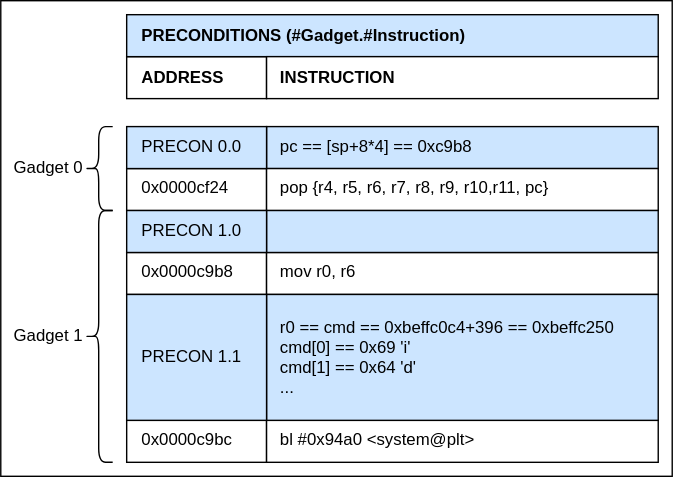
Above: images/ROP_Chain.svg in cyber-defence-campus/netgear_r6700v3_circled (draw.io), before the change. Source tidied: cells renumbered, new cells last; positions are measured from the earlier drawing's top-left corner, leaving out a move shared by most shapes.
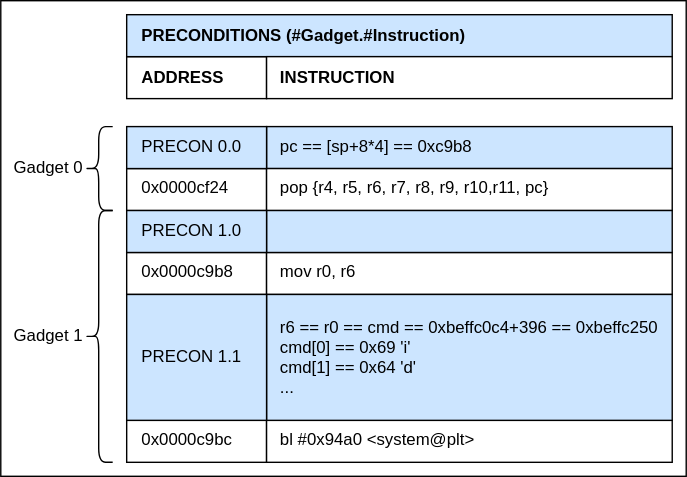
After the change.

Change to the diagram source:
```diff
@@ -3,7 +3,7 @@
     <mxCell id="0" />
     <mxCell id="1" parent="0" />
     <mxCell id="2" style="rounded=0;whiteSpace=wrap;html=1;" parent="1" vertex="1">
-      <mxGeometry width="480" height="340" as="geometry" />
+      <mxGeometry width="490" height="340" as="geometry" />
     </mxCell>
     <mxCell id="3" value="Gadget 0" style="shape=curlyBracket;html=1;rounded=1;labelPosition=left;verticalLabelPosition=middle;align=right;verticalAlign=middle;" parent="1" vertex="1">
       <mxGeometry x="60" y="90" width="20" height="60" as="geometry" />
@@ -27,34 +27,34 @@
       <mxGeometry x="90" y="40" width="100" height="30" as="geometry" />
     </mxCell>
     <mxCell id="10" value="&lt;b&gt;PRECONDITIONS (#Gadget.#Instruction)&lt;br&gt;&lt;/b&gt;" style="rounded=0;whiteSpace=wrap;html=1;verticalAlign=middle;align=left;spacingLeft=9;spacingRight=8;fillColor=#CCE5FF;fillStyle=auto;" parent="1" vertex="1">
-      <mxGeometry x="90" y="10" width="380" height="30" as="geometry" />
+      <mxGeometry x="90" y="10" width="390" height="30" as="geometry" />
     </mxCell>
     <mxCell id="11" value="pc == [sp+8*4] == 0xc9b8" style="rounded=0;whiteSpace=wrap;html=1;verticalAlign=middle;align=left;spacingLeft=8;spacingRight=8;fillColor=#CCE5FF;" parent="1" vertex="1">
-      <mxGeometry x="190" y="90" width="280" height="30" as="geometry" />
+      <mxGeometry x="190" y="90" width="290" height="30" as="geometry" />
     </mxCell>
     <mxCell id="12" value="pop {r4, r5, r6, r7, r8, r9, r10,r11, pc}" style="rounded=0;whiteSpace=wrap;html=1;verticalAlign=top;align=left;spacingLeft=8;spacingRight=8;fontColor=#000000;" parent="1" vertex="1">
-      <mxGeometry x="190" y="120" width="280" height="30" as="geometry" />
+      <mxGeometry x="190" y="120" width="290" height="30" as="geometry" />
     </mxCell>
     <mxCell id="13" value="mov r0, r6" style="rounded=0;whiteSpace=wrap;html=1;verticalAlign=top;align=left;spacingLeft=8;spacingRight=8;fontColor=#000000;" parent="1" vertex="1">
-      <mxGeometry x="190" y="180" width="280" height="30" as="geometry" />
+      <mxGeometry x="190" y="180" width="290" height="30" as="geometry" />
     </mxCell>
     <mxCell id="14" value="bl #0x94a0 &amp;lt;system@plt&amp;gt;" style="rounded=0;whiteSpace=wrap;html=1;verticalAlign=top;align=left;spacingLeft=8;spacingRight=8;fontColor=#000000;" parent="1" vertex="1">
-      <mxGeometry x="190" y="300" width="280" height="30" as="geometry" />
+      <mxGeometry x="190" y="300" width="290" height="30" as="geometry" />
     </mxCell>
     <mxCell id="15" value="INSTRUCTION" style="rounded=0;whiteSpace=wrap;html=1;verticalAlign=middle;align=left;spacingLeft=8;spacingRight=8;fontStyle=1;spacing=2;" parent="1" vertex="1">
-      <mxGeometry x="190" y="40" width="280" height="30" as="geometry" />
+      <mxGeometry x="190" y="40" width="290" height="30" as="geometry" />
     </mxCell>
     <mxCell id="16" value="PRECON 0.0" style="rounded=0;whiteSpace=wrap;html=1;verticalAlign=middle;align=left;spacingLeft=9;spacingRight=8;fillColor=#CCE5FF;" parent="1" vertex="1">
       <mxGeometry x="90" y="90" width="100" height="30" as="geometry" />
     </mxCell>
-    <mxCell id="17" value="r0 == cmd == 0xbeffc0c4+396 == 0xbeffc250&lt;br&gt;cmd[0] == 0x69 'i'&lt;br&gt;cmd[1] == 0x64 'd'&lt;br&gt;..." style="rounded=0;whiteSpace=wrap;html=1;verticalAlign=middle;align=left;spacingLeft=8;spacingRight=8;fillColor=#CCE5FF;" parent="1" vertex="1">
-      <mxGeometry x="190" y="210" width="280" height="90" as="geometry" />
+    <mxCell id="17" value="r6 == r0 == cmd == 0xbeffc0c4+396 == 0xbeffc250&lt;br&gt;cmd[0] == 0x69 'i'&lt;br&gt;cmd[1] == 0x64 'd'&lt;br&gt;..." style="rounded=0;whiteSpace=wrap;html=1;verticalAlign=middle;align=left;spacingLeft=8;spacingRight=8;fillColor=#CCE5FF;" parent="1" vertex="1">
+      <mxGeometry x="190" y="210" width="290" height="90" as="geometry" />
     </mxCell>
     <mxCell id="18" value="PRECON 1.1" style="rounded=0;whiteSpace=wrap;html=1;verticalAlign=middle;align=left;spacingLeft=9;spacingRight=8;fillColor=#CCE5FF;" parent="1" vertex="1">
       <mxGeometry x="90" y="210" width="100" height="90" as="geometry" />
     </mxCell>
     <mxCell id="19" style="rounded=0;whiteSpace=wrap;html=1;verticalAlign=middle;align=left;spacingLeft=8;spacingRight=8;fillColor=#CCE5FF;" parent="1" vertex="1">
-      <mxGeometry x="190" y="150" width="280" height="30" as="geometry" />
+      <mxGeometry x="190" y="150" width="290" height="30" as="geometry" />
     </mxCell>
     <mxCell id="20" value="PRECON 1.0" style="rounded=0;whiteSpace=wrap;html=1;verticalAlign=middle;align=left;spacingLeft=9;spacingRight=8;fillColor=#CCE5FF;" parent="1" vertex="1">
       <mxGeometry x="90" y="150" width="100" height="30" as="geometry" />
```
